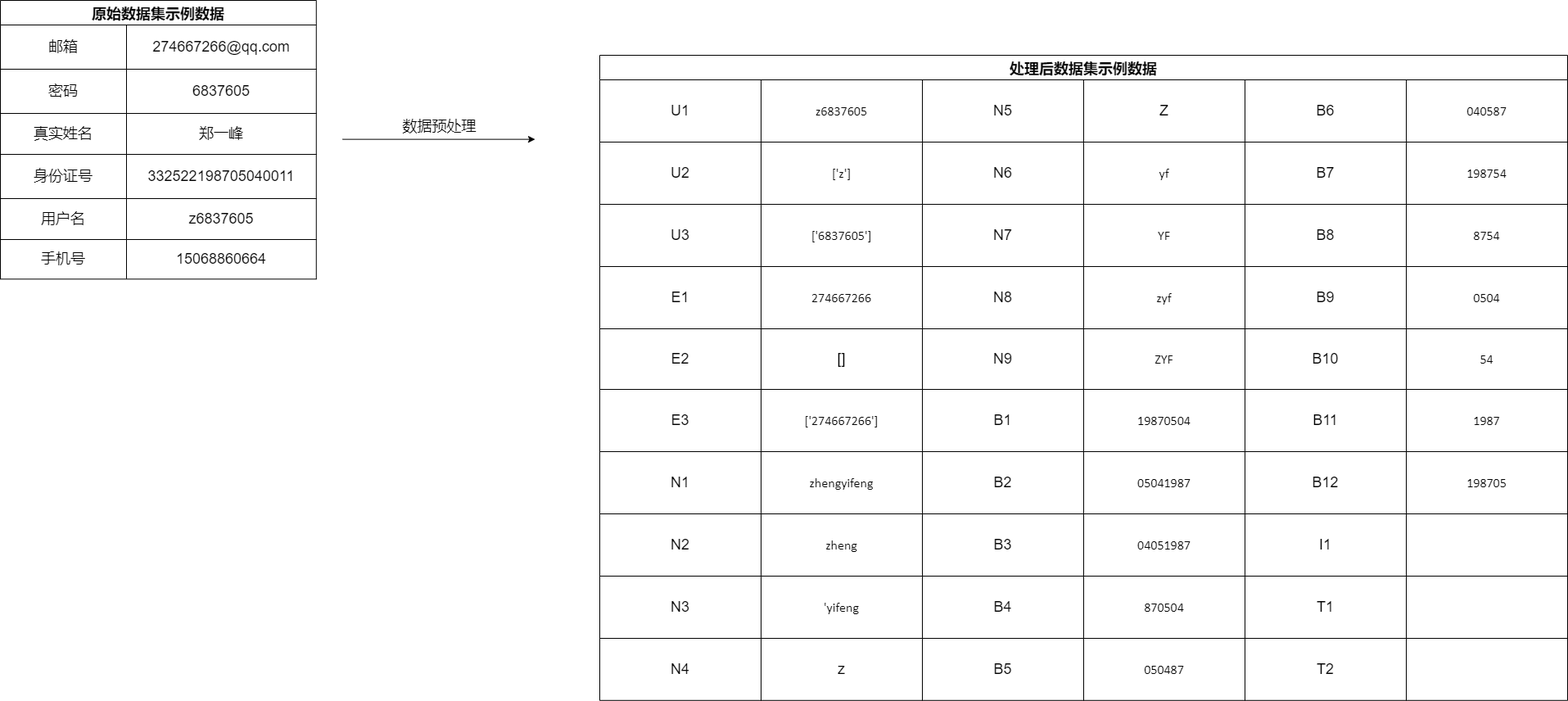
This is dataChange.drawio.png from lakomi/pictures, a draw.io export, as it was before one commit. Source tidied: cells renumbered, new cells last; positions are measured from the earlier drawing's top-left corner, leaving out a move shared by most shapes.
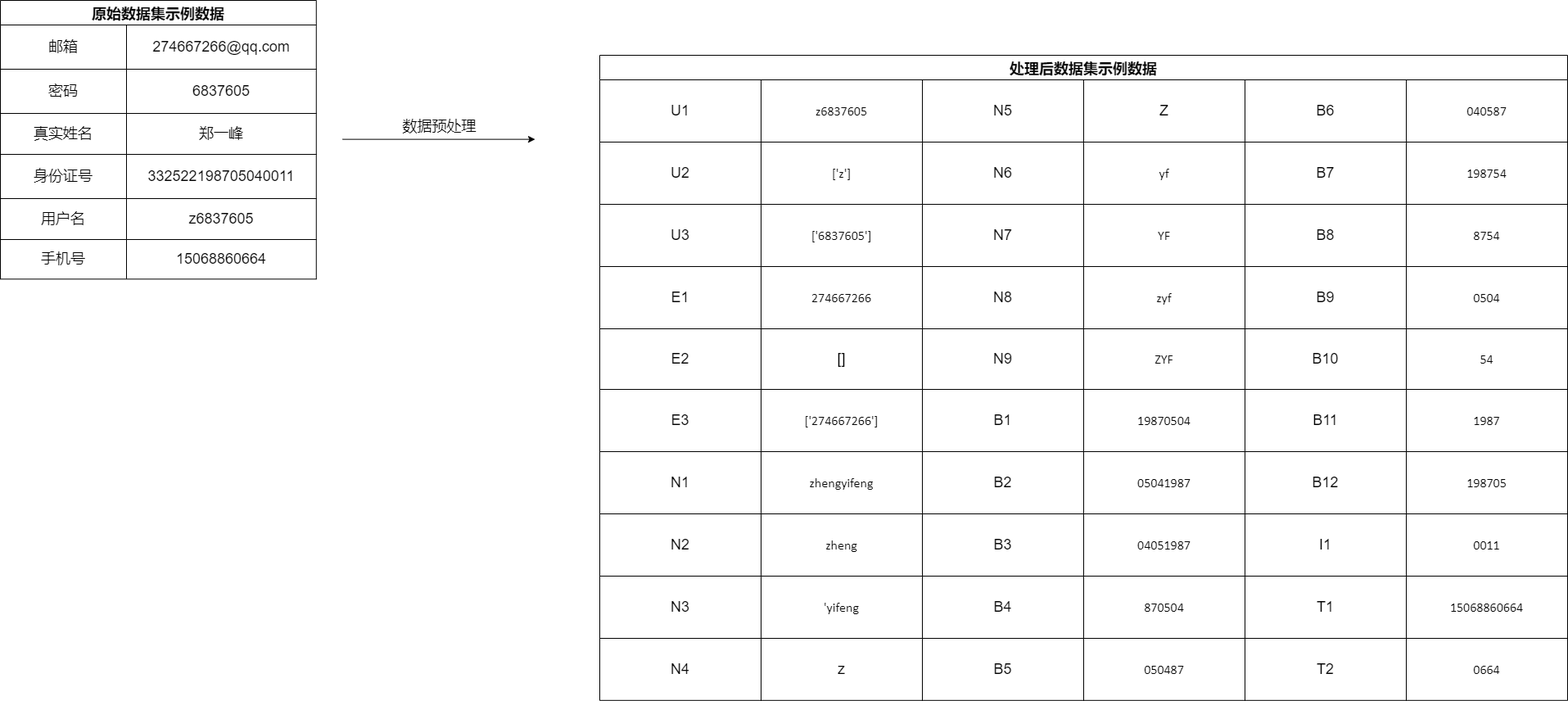
Later version of the same file.

What changed in the source:
```diff
@@ -238,7 +238,7 @@
     <mxCell id="78" value="I1" style="shape=partialRectangle;html=1;whiteSpace=wrap;fillColor=none;top=0;left=0;bottom=0;right=0;overflow=hidden;fontSize=18;" parent="73" vertex="1">
       <mxGeometry x="788" width="197" height="76" as="geometry" />
     </mxCell>
-    <mxCell id="79" style="shape=partialRectangle;html=1;whiteSpace=wrap;fillColor=none;top=0;left=0;bottom=0;right=0;overflow=hidden;fontSize=18;" parent="73" vertex="1">
+    <mxCell id="79" value="&lt;p class=&quot;MsoNormal&quot;&gt;&lt;span style=&quot;font-family: &amp;#34;calibri&amp;#34; ; font-size: 12.0000pt&quot;&gt;0011&lt;/span&gt;&lt;/p&gt;" style="shape=partialRectangle;html=1;whiteSpace=wrap;fillColor=none;top=0;left=0;bottom=0;right=0;overflow=hidden;fontSize=18;" parent="73" vertex="1">
       <mxGeometry x="985" width="197" height="76" as="geometry" />
     </mxCell>
     <mxCell id="80" style="shape=tableRow;horizontal=0;startSize=0;swimlaneHead=0;swimlaneBody=0;top=0;left=0;bottom=0;right=0;fillColor=none;fontSize=18;" parent="23" vertex="1">
@@ -259,7 +259,7 @@
     <mxCell id="85" value="T1" style="shape=partialRectangle;html=1;whiteSpace=wrap;fillColor=none;top=0;left=0;bottom=0;right=0;overflow=hidden;fontSize=18;" parent="80" vertex="1">
       <mxGeometry x="788" width="197" height="76" as="geometry" />
     </mxCell>
-    <mxCell id="86" style="shape=partialRectangle;html=1;whiteSpace=wrap;fillColor=none;top=0;left=0;bottom=0;right=0;overflow=hidden;fontSize=18;" parent="80" vertex="1">
+    <mxCell id="86" value="&lt;p class=&quot;MsoNormal&quot;&gt;&lt;span style=&quot;font-family: &amp;#34;calibri&amp;#34; ; font-size: 12.0000pt&quot;&gt;15068860664&lt;/span&gt;&lt;/p&gt;" style="shape=partialRectangle;html=1;whiteSpace=wrap;fillColor=none;top=0;left=0;bottom=0;right=0;overflow=hidden;fontSize=18;" parent="80" vertex="1">
       <mxGeometry x="985" width="197" height="76" as="geometry" />
     </mxCell>
     <mxCell id="87" style="shape=tableRow;horizontal=0;startSize=0;swimlaneHead=0;swimlaneBody=0;top=0;left=0;bottom=0;right=0;fillColor=none;fontSize=18;" parent="23" vertex="1">
@@ -280,7 +280,7 @@
     <mxCell id="92" value="T2" style="shape=partialRectangle;html=1;whiteSpace=wrap;fillColor=none;top=0;left=0;bottom=0;right=0;overflow=hidden;fontSize=18;" parent="87" vertex="1">
       <mxGeometry x="788" width="197" height="76" as="geometry" />
     </mxCell>
-    <mxCell id="93" style="shape=partialRectangle;html=1;whiteSpace=wrap;fillColor=none;top=0;left=0;bottom=0;right=0;overflow=hidden;fontSize=18;" parent="87" vertex="1">
+    <mxCell id="93" value="&lt;p class=&quot;MsoNormal&quot;&gt;&lt;span style=&quot;font-family: &amp;#34;calibri&amp;#34; ; font-size: 12.0000pt&quot;&gt;0664&lt;/span&gt;&lt;/p&gt;" style="shape=partialRectangle;html=1;whiteSpace=wrap;fillColor=none;top=0;left=0;bottom=0;right=0;overflow=hidden;fontSize=18;" parent="87" vertex="1">
       <mxGeometry x="985" width="197" height="76" as="geometry" />
     </mxCell>
   </root>
```
